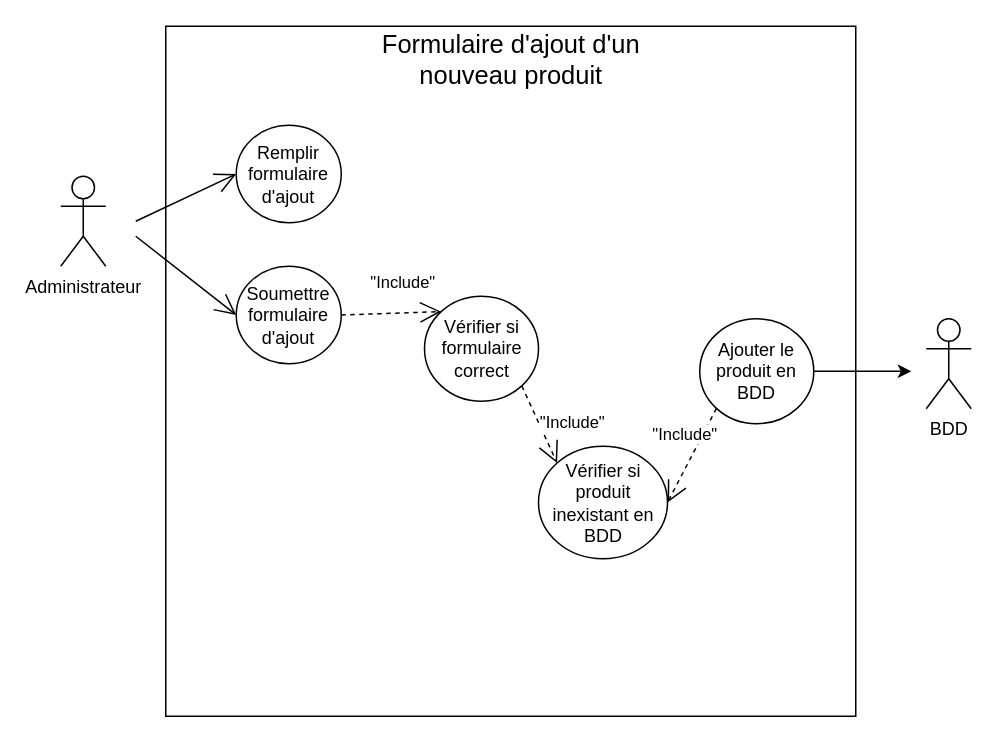
Above: UML/refonte après discution avec Fode.drawio in dwwm-19120/filRouge2 (draw.io), before the change. Source tidied: cells renumbered, new cells numbered last; positions are measured from the earlier drawing's top-left corner, leaving out a move shared by most shapes. Both pictures are drawn from the tidied source at 150%, with x=0, y=0 at pixel (60, 26).
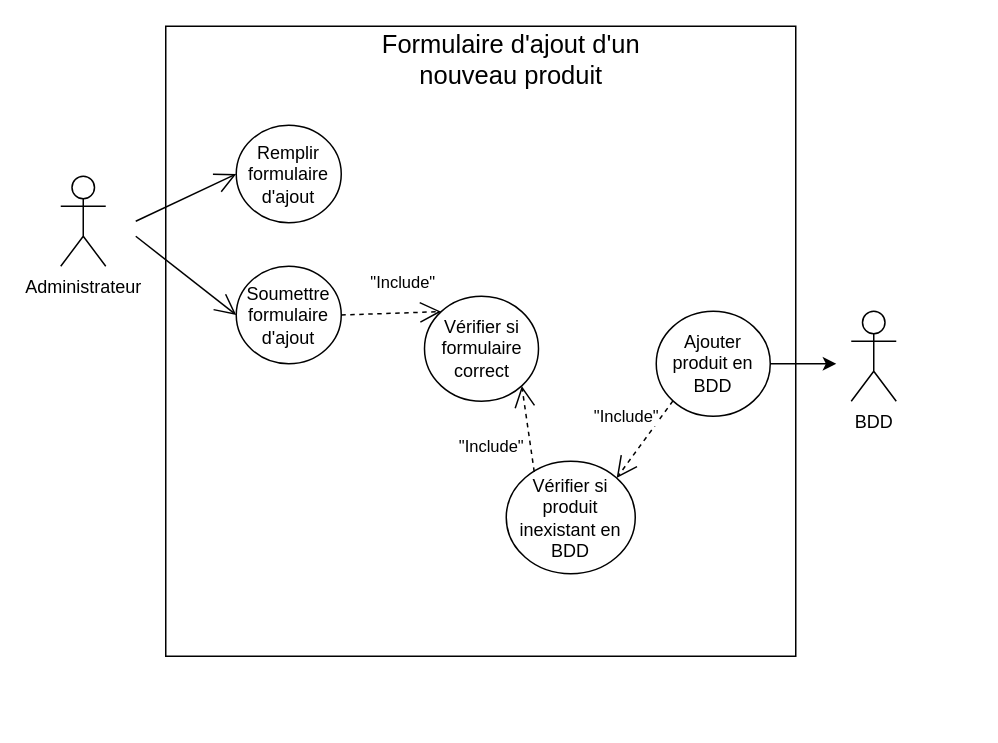
Above is the later version.

Diff of the diagram source:
```diff
@@
 <mxGraphModel>
   <root>
     <mxCell id="0" />
     <mxCell id="1" parent="0" />
     <mxCell id="2" style="whiteSpace=wrap;html=1;fillColor=none;" parent="1" vertex="1">
-      <mxGeometry x="70" width="460" height="460" as="geometry" />
+      <mxGeometry x="70" width="420" height="420" as="geometry" />
     </mxCell>
     <mxCell id="3" value="&lt;font style=&quot;font-size: 17px&quot;&gt;Formulaire d'ajout d'un nouveau produit&lt;/font&gt;" style="text;html=1;strokeColor=none;fillColor=none;align=center;verticalAlign=middle;whiteSpace=wrap;rounded=0;" parent="1" vertex="1">
       <mxGeometry x="207.5" y="13" width="185" height="20" as="geometry" />
     </mxCell>
     <mxCell id="4" value="Administrateur" style="shape=umlActor;verticalLabelPosition=bottom;labelBackgroundColor=#ffffff;verticalAlign=top;html=1;fillColor=none;" parent="1" vertex="1">
       <mxGeometry y="100" width="30" height="60" as="geometry" />
     </mxCell>
     <mxCell id="5" style="endArrow=open;endFill=1;endSize=12;html=1;entryX=0;entryY=0.5;entryDx=0;entryDy=0;" parent="1" edge="1" target="6">
       <mxGeometry relative="1" as="geometry">
         <mxPoint x="50" y="130" as="sourcePoint" />
       </mxGeometry>
     </mxCell>
     <mxCell id="6" value="Remplir formulaire d'ajout" style="ellipse;whiteSpace=wrap;html=1;fillColor=none;" parent="1" vertex="1">
       <mxGeometry x="117" y="66" width="70" height="65" as="geometry" />
     </mxCell>
     <mxCell id="7" value="Soumettre formulaire d'ajout" style="ellipse;whiteSpace=wrap;html=1;fillColor=none;" parent="1" vertex="1">
       <mxGeometry x="117" y="160" width="70" height="65" as="geometry" />
     </mxCell>
     <mxCell id="8" style="endArrow=open;endFill=1;endSize=12;html=1;entryX=0;entryY=0.5;entryDx=0;entryDy=0;" parent="1" edge="1" target="7">
       <mxGeometry relative="1" as="geometry">
         <mxPoint x="50" y="140" as="sourcePoint" />
       </mxGeometry>
     </mxCell>
     <mxCell id="9" value="Vérifier si produit inexistant en BDD" style="ellipse;whiteSpace=wrap;html=1;fillColor=none;" parent="1" vertex="1">
-      <mxGeometry x="318.5" y="280" width="86" height="75" as="geometry" />
+      <mxGeometry x="297" y="290" width="86" height="75" as="geometry" />
     </mxCell>
     <mxCell id="10" value="BDD" style="shape=umlActor;verticalLabelPosition=bottom;labelBackgroundColor=#ffffff;verticalAlign=top;html=1;" parent="1" vertex="1">
-      <mxGeometry x="577" y="195" width="30" height="60" as="geometry" />
+      <mxGeometry x="527" y="190" width="30" height="60" as="geometry" />
     </mxCell>
     <mxCell id="11" value="Vérifier si formulaire correct" style="ellipse;whiteSpace=wrap;html=1;fillColor=none;" parent="1" vertex="1">
       <mxGeometry x="242.5" y="180" width="76" height="70" as="geometry" />
     </mxCell>
     <mxCell id="12" value="&quot;Include&quot;" style="endArrow=open;endSize=12;dashed=1;html=1;exitX=1;exitY=0.5;exitDx=0;exitDy=0;entryX=0;entryY=0;entryDx=0;entryDy=0;" parent="1" edge="1" source="7" target="11">
       <mxGeometry x="0.27" y="20" relative="1" as="geometry" />
     </mxCell>
-    <mxCell id="13" value="&quot;Include&quot;" style="endArrow=open;endSize=12;dashed=1;html=1;exitX=0;exitY=1;exitDx=0;exitDy=0;entryX=1;entryY=0.5;entryDx=0;entryDy=0;" parent="1" edge="1" source="15" target="9">
-      <mxGeometry x="-0.3" y="-11" relative="1" as="geometry" />
+    <mxCell id="13" value="&quot;Include&quot;" style="endArrow=open;endSize=12;dashed=1;html=1;exitX=0;exitY=1;exitDx=0;exitDy=0;entryX=1;entryY=0;entryDx=0;entryDy=0;" parent="1" edge="1" source="15" target="9">
+      <mxGeometry x="-0.16" y="-19" relative="1" as="geometry" />
     </mxCell>
     <mxCell id="14" style="endArrow=classic;html=1;exitX=1;exitY=0.5;exitDx=0;exitDy=0;" parent="1" edge="1" source="15">
       <mxGeometry relative="1" as="geometry">
-        <mxPoint x="567" y="230" as="targetPoint" />
+        <mxPoint x="517" y="225" as="targetPoint" />
       </mxGeometry>
     </mxCell>
-    <mxCell id="15" value="Ajouter le produit en BDD" style="ellipse;whiteSpace=wrap;html=1;fillColor=none;" parent="1" vertex="1">
-      <mxGeometry x="426" y="195" width="76" height="70" as="geometry" />
+    <mxCell id="15" value="Ajouter produit en BDD" style="ellipse;whiteSpace=wrap;html=1;fillColor=none;" parent="1" vertex="1">
+      <mxGeometry x="397" y="190" width="76" height="70" as="geometry" />
     </mxCell>
-    <mxCell id="16" value="&quot;Include&quot;" style="endArrow=open;endSize=12;dashed=1;html=1;exitX=1;exitY=1;exitDx=0;exitDy=0;entryX=0;entryY=0;entryDx=0;entryDy=0;" parent="1" edge="1" source="11" target="9">
-      <mxGeometry x="0.27" y="20" relative="1" as="geometry" />
+    <mxCell id="16" value="&quot;Include&quot;" style="endArrow=open;endSize=12;dashed=1;html=1;entryX=1;entryY=1;entryDx=0;entryDy=0;exitX=0.217;exitY=0.094;exitDx=0;exitDy=0;exitPerimeter=0;" parent="1" edge="1" source="9" target="11">
+      <mxGeometry x="-0.28" y="26" relative="1" as="geometry" />
     </mxCell>
   </root>
 </mxGraphModel>
```
